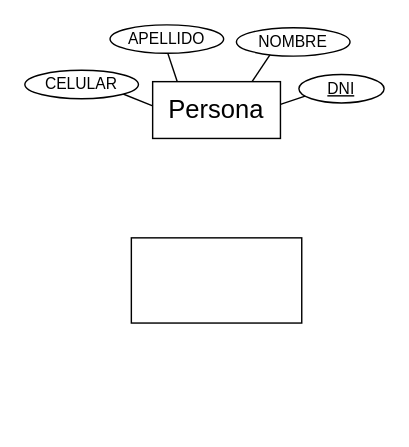
Before: Diagrama sin título.drawio in flaqq0/yoc, a draw.io diagram. Source tidied: cells renumbered, new cells numbered last; positions are measured from the earlier drawing's top-left corner, leaving out a move shared by most shapes. Both pictures are drawn from the tidied source at 142%, with x=0, y=0 at pixel (24, 24).
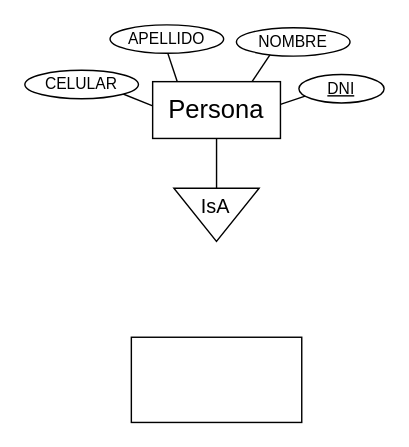
The same page after the edit.

Change to the diagram source:
```diff
@@
 <mxGraphModel>
   <root>
     <mxCell id="0" />
     <mxCell id="1" parent="0" />
+    <mxCell id="12" style="endArrow=none;html=1;rounded=0;" parent="1" edge="1">
+      <mxGeometry relative="1" as="geometry">
+        <mxPoint x="135" y="120" as="sourcePoint" />
+        <mxPoint x="135" y="70" as="targetPoint" />
+      </mxGeometry>
+    </mxCell>
     <mxCell id="2" style="endArrow=none;html=1;rounded=0;" parent="1" edge="1">
       <mxGeometry relative="1" as="geometry">
         <mxPoint x="90" y="57" as="sourcePoint" />
         <mxPoint x="60" y="45" as="targetPoint" />
       </mxGeometry>
     </mxCell>
     <mxCell id="3" style="endArrow=none;html=1;rounded=0;" parent="1" edge="1">
       <mxGeometry relative="1" as="geometry">
         <mxPoint x="108" y="42" as="sourcePoint" />
         <mxPoint x="98" y="12" as="targetPoint" />
       </mxGeometry>
     </mxCell>
     <mxCell id="4" value="&lt;font style=&quot;font-size: 18px;&quot;&gt;Persona&lt;/font&gt;" style="rounded=0;whiteSpace=wrap;html=1;" parent="1" vertex="1">
       <mxGeometry x="90" y="40" width="90" height="40" as="geometry" />
     </mxCell>
     <mxCell id="5" style="endArrow=none;html=1;rounded=0;" parent="1" edge="1">
       <mxGeometry relative="1" as="geometry">
         <mxPoint x="180" y="56" as="sourcePoint" />
         <mxPoint x="210" y="46" as="targetPoint" />
       </mxGeometry>
     </mxCell>
     <mxCell id="6" value="&lt;u&gt;&lt;font style=&quot;font-size: 11px;&quot;&gt;DNI&lt;/font&gt;&lt;/u&gt;" style="ellipse;whiteSpace=wrap;html=1;" parent="1" vertex="1">
       <mxGeometry x="193" y="35" width="60" height="20" as="geometry" />
     </mxCell>
     <mxCell id="7" value="&lt;font style=&quot;font-size: 11px;&quot;&gt;CELULAR&lt;/font&gt;" style="ellipse;whiteSpace=wrap;html=1;" parent="1" vertex="1">
       <mxGeometry y="32" width="80" height="20" as="geometry" />
     </mxCell>
     <mxCell id="8" style="endArrow=none;html=1;rounded=0;" parent="1" edge="1">
       <mxGeometry relative="1" as="geometry">
         <mxPoint x="160" y="40" as="sourcePoint" />
         <mxPoint x="180" y="10" as="targetPoint" />
       </mxGeometry>
     </mxCell>
     <mxCell id="9" value="&lt;font style=&quot;font-size: 11px;&quot;&gt;NOMBRE&lt;/font&gt;" style="ellipse;whiteSpace=wrap;html=1;" parent="1" vertex="1">
       <mxGeometry x="149" y="2" width="80" height="20" as="geometry" />
     </mxCell>
     <mxCell id="10" value="&lt;font style=&quot;font-size: 11px;&quot;&gt;APELLIDO&lt;/font&gt;" style="ellipse;whiteSpace=wrap;html=1;" parent="1" vertex="1">
       <mxGeometry x="60" width="80" height="20" as="geometry" />
     </mxCell>
     <mxCell id="11" style="whiteSpace=wrap;html=1;rounded=0;" parent="1" vertex="1">
-      <mxGeometry x="75" y="150" width="120" height="60" as="geometry" />
+      <mxGeometry x="75" y="220" width="120" height="60" as="geometry" />
     </mxCell>
+    <mxCell id="13" style="triangle;whiteSpace=wrap;html=1;rotation=90;" parent="1" vertex="1">
+      <mxGeometry x="116.2" y="103.8" width="37.5" height="60" as="geometry" />
+    </mxCell>
+    <mxCell id="14" value="&lt;font style=&quot;font-size: 14px;&quot;&gt;IsA&lt;/font&gt;" style="text;html=1;align=center;verticalAlign=middle;strokeColor=none;fillColor=none;" parent="1" vertex="1">
+      <mxGeometry x="114" y="112.5" width="40" height="30" as="geometry" />
+    </mxCell>
   </root>
 </mxGraphModel>
```
